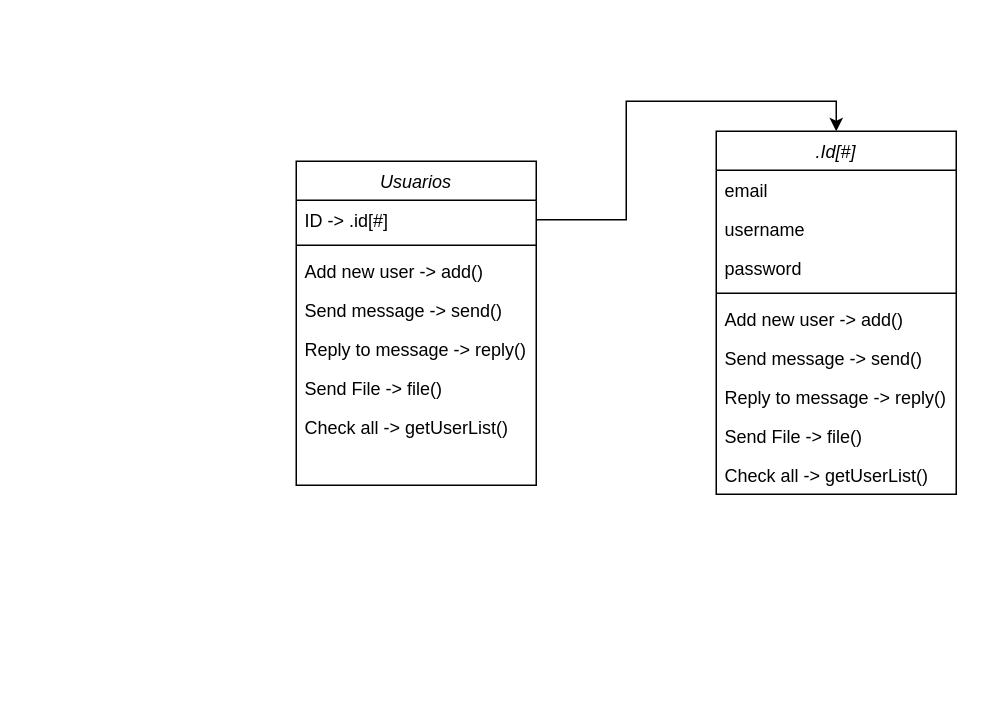
The draw.io diagram Diagrama Chatbox.drawio in cpt-westphalen/001-chatbox, before the edit. Source tidied: cells renumbered, new cells numbered last; positions are measured from the earlier drawing's top-left corner, leaving out a move shared by most shapes. Both pictures are drawn from the tidied source at 150%, with x=0, y=0 at pixel (296, 130).
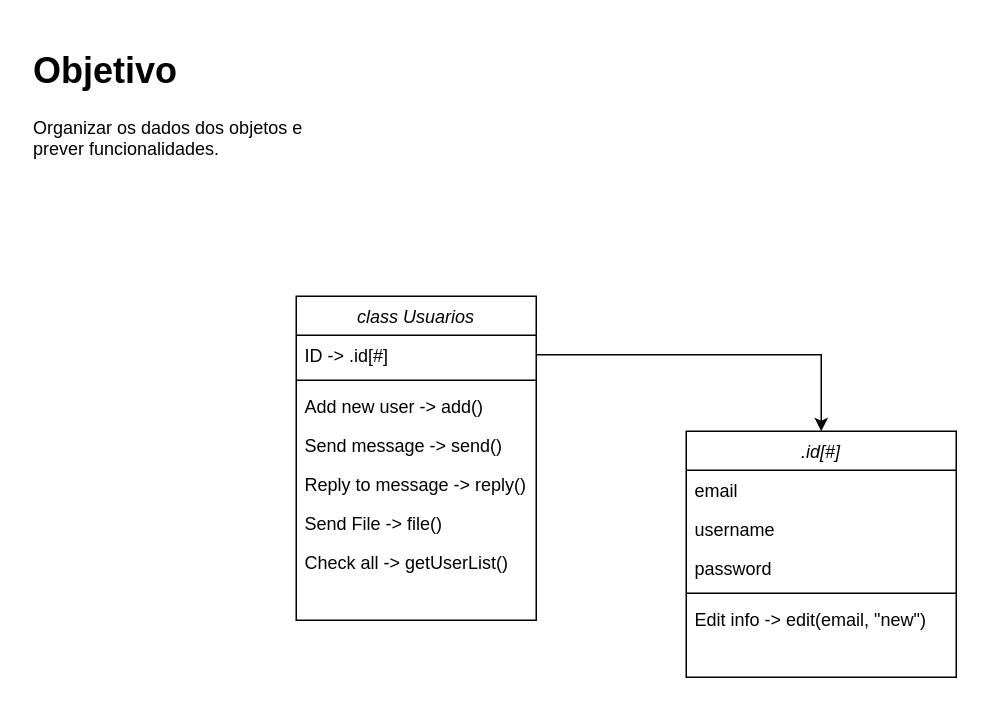
The same diagram, later.

Commit message:
Ajustes no Diagrama

Diff of the diagram source:
```diff
@@
-    <mxCell id="2" value="Usuarios" style="swimlane;fontStyle=2;align=center;verticalAlign=top;horizontal=1;startSize=26;rounded=0;shadow=0;strokeWidth=1;" parent="1" vertex="1">
-      <mxGeometry y="20" width="160" height="216" as="geometry" />
+    <mxCell id="2" value="class Usuarios" style="swimlane;fontStyle=2;align=center;verticalAlign=top;horizontal=1;startSize=26;rounded=0;shadow=0;strokeWidth=1;" parent="1" vertex="1">
+      <mxGeometry y="110" width="160" height="216" as="geometry" />
     </mxCell>
@@
-    <mxCell id="11" value=".Id[#]" style="swimlane;fontStyle=2;align=center;verticalAlign=top;horizontal=1;startSize=26;rounded=0;shadow=0;strokeWidth=1;" parent="1" vertex="1">
-      <mxGeometry x="280" width="160" height="242" as="geometry" />
+    <mxCell id="11" value=".id[#]" style="swimlane;fontStyle=2;align=center;verticalAlign=top;horizontal=1;startSize=26;rounded=0;shadow=0;strokeWidth=1;" parent="1" vertex="1">
+      <mxGeometry x="260" y="200" width="180" height="164" as="geometry" />
     </mxCell>
     <mxCell id="12" value="email" style="text;align=left;verticalAlign=top;spacingLeft=4;spacingRight=4;overflow=hidden;" parent="11" vertex="1">
-      <mxGeometry y="26" width="160" height="26" as="geometry" />
+      <mxGeometry y="26" width="180" height="26" as="geometry" />
     </mxCell>
     <mxCell id="13" value="username" style="text;align=left;verticalAlign=top;spacingLeft=4;spacingRight=4;overflow=hidden;" parent="11" vertex="1">
-      <mxGeometry y="52" width="160" height="26" as="geometry" />
+      <mxGeometry y="52" width="180" height="26" as="geometry" />
     </mxCell>
     <mxCell id="14" value="password" style="text;align=left;verticalAlign=top;spacingLeft=4;spacingRight=4;overflow=hidden;" parent="11" vertex="1">
-      <mxGeometry y="78" width="160" height="26" as="geometry" />
+      <mxGeometry y="78" width="180" height="26" as="geometry" />
     </mxCell>
     <mxCell id="15" style="line;html=1;strokeWidth=1;align=left;verticalAlign=middle;spacingTop=-1;spacingLeft=3;spacingRight=3;labelPosition=right;" parent="11" vertex="1">
-      <mxGeometry y="104" width="160" height="8" as="geometry" />
+      <mxGeometry y="104" width="180" height="8" as="geometry" />
     </mxCell>
-    <mxCell id="16" value="Add new user -&gt; add()" style="text;align=left;verticalAlign=top;spacingLeft=4;spacingRight=4;overflow=hidden;" parent="11" vertex="1">
-      <mxGeometry y="112" width="160" height="26" as="geometry" />
-    </mxCell>
-    <mxCell id="17" value="Send message -&gt; send()" style="text;align=left;verticalAlign=top;spacingLeft=4;spacingRight=4;overflow=hidden;" parent="11" vertex="1">
-      <mxGeometry y="138" width="160" height="26" as="geometry" />
-    </mxCell>
-    <mxCell id="18" value="Reply to message -&gt; reply()" style="text;align=left;verticalAlign=top;spacingLeft=4;spacingRight=4;overflow=hidden;" parent="11" vertex="1">
-      <mxGeometry y="164" width="160" height="26" as="geometry" />
-    </mxCell>
-    <mxCell id="19" value="Send File -&gt; file()" style="text;align=left;verticalAlign=top;spacingLeft=4;spacingRight=4;overflow=hidden;" parent="11" vertex="1">
-      <mxGeometry y="190" width="160" height="26" as="geometry" />
-    </mxCell>
-    <mxCell id="20" value="Check all -&gt; getUserList()" style="text;align=left;verticalAlign=top;spacingLeft=4;spacingRight=4;overflow=hidden;" parent="11" vertex="1">
-      <mxGeometry y="216" width="160" height="26" as="geometry" />
-    </mxCell>
+    <mxCell id="21" value="Edit info -&gt; edit(email, &quot;new&quot;)" style="text;align=left;verticalAlign=top;spacingLeft=4;spacingRight=4;overflow=hidden;" parent="11" vertex="1">
+      <mxGeometry y="112" width="180" height="26" as="geometry" />
+    </mxCell>
+    <mxCell id="22" value="&lt;h1&gt;Objetivo&lt;/h1&gt;Organizar os dados dos objetos e prever funcionalidades." style="text;html=1;strokeColor=none;fillColor=none;spacing=5;spacingTop=-20;whiteSpace=wrap;overflow=hidden;rounded=0;" parent="1" vertex="1">
+      <mxGeometry x="-180" y="-60" width="190" height="120" as="geometry" />
+    </mxCell>
```
